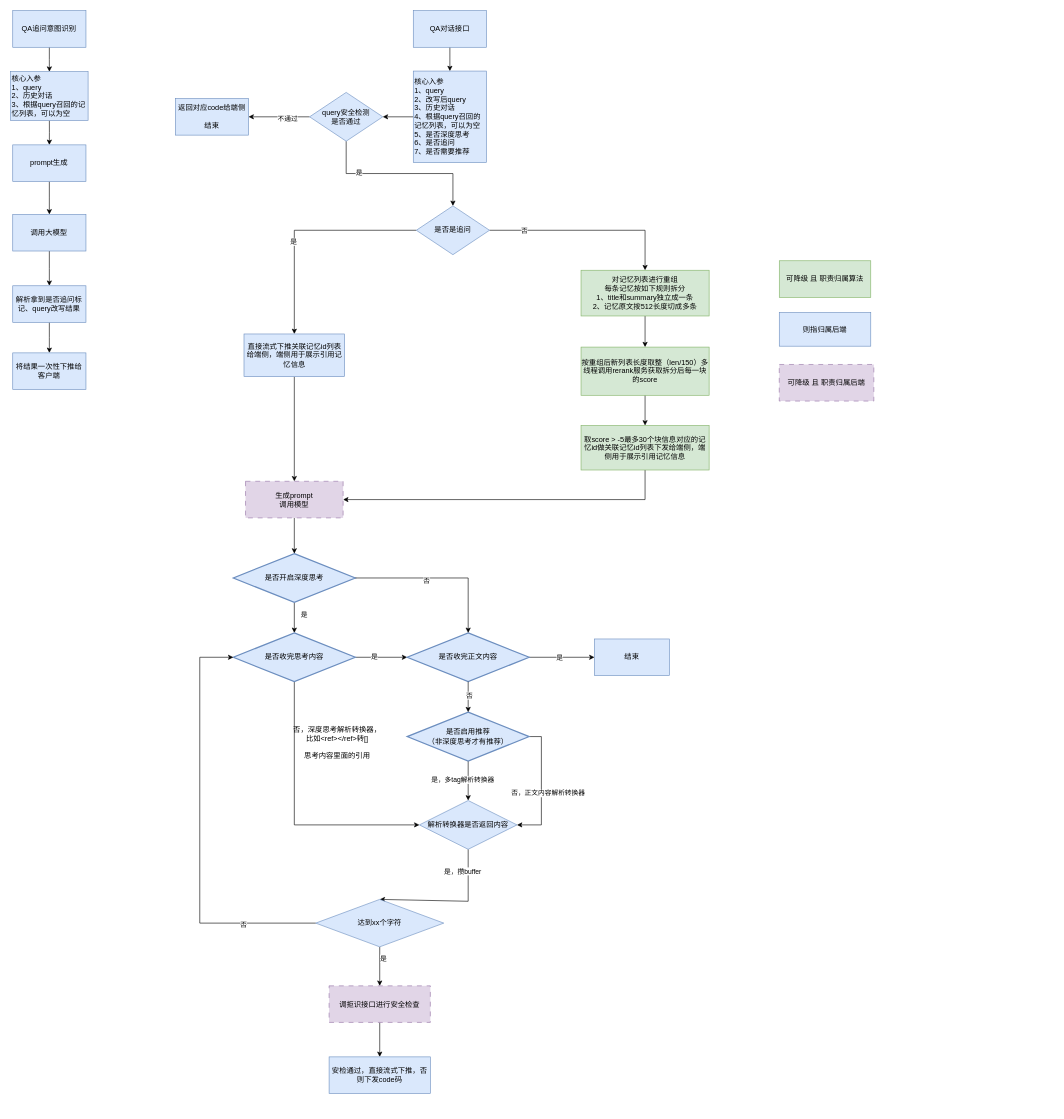
This is page "记忆顾问流程图" (2 of 2) of 个性化.drawio from jingb/pythonRepo, a draw.io file, before an edit. Source tidied: cells renumbered, new cells numbered last; positions are measured from the earlier drawing's top-left corner, leaving out a move shared by most shapes. Both pictures are drawn from the tidied source at 61%, with x=0, y=0 at pixel (10, 10).
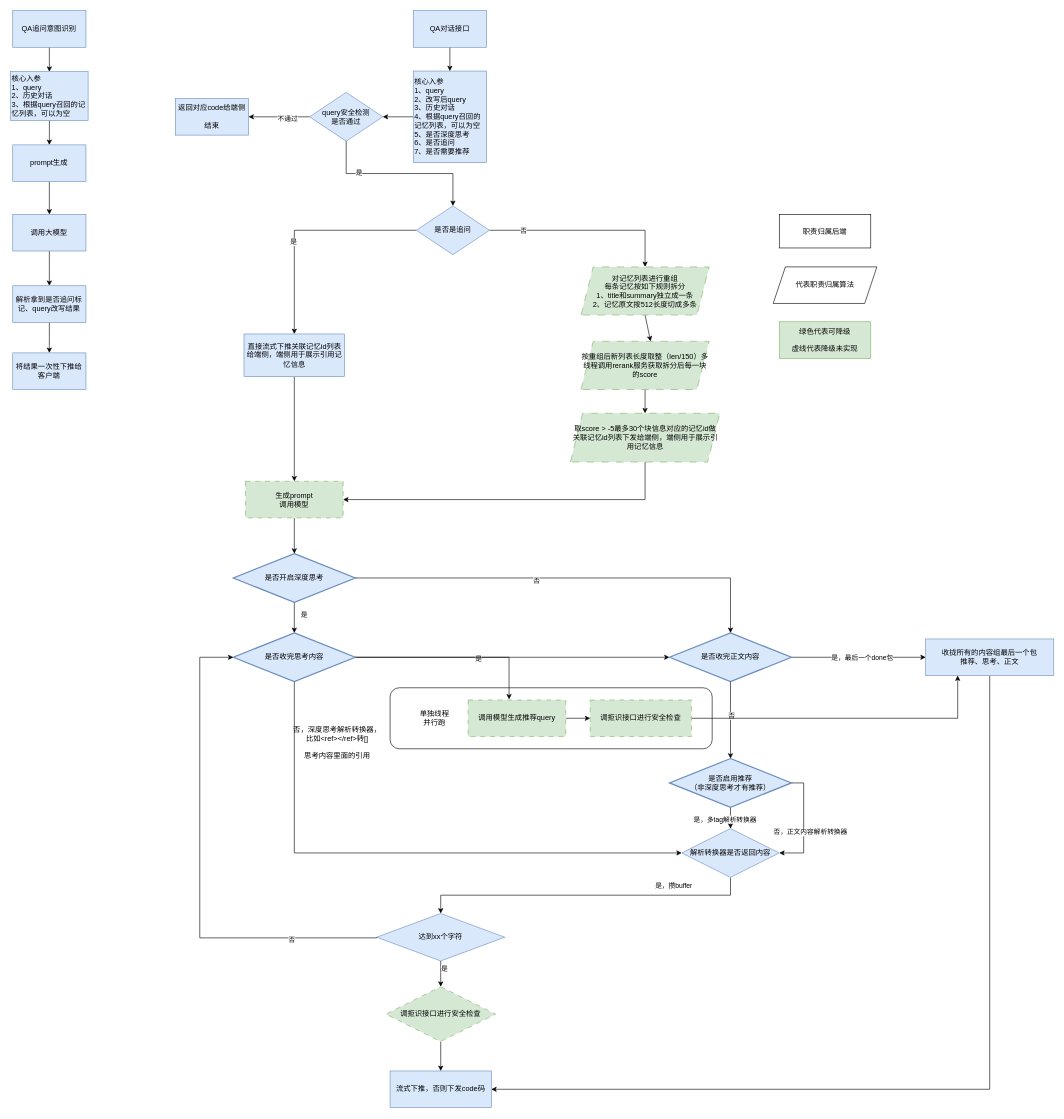
Above is the later version.

Commit message:
更新个性化.drawio

The change refers to these unchanged cells:
```xml
<mxCell id="51" style="edgeStyle=orthogonalEdgeStyle;rounded=0;jettySize=auto;html=1;exitX=1;exitY=0.5;exitDx=0;exitDy=0;exitPerimeter=0;entryX=0;entryY=0.5;entryDx=0;entryDy=0;entryPerimeter=0;" parent="1" edge="1" source="53" target="56">
  <mxGeometry relative="1" as="geometry" />
</mxCell>
<mxCell id="53" value="是否收完思考内容" style="strokeWidth=2;html=1;shape=mxgraph.flowchart.decision;whiteSpace=wrap;fillColor=#dae8fc;strokeColor=#6c8ebf;" parent="1" vertex="1">
  <mxGeometry x="365" y="1020" width="200" height="80" as="geometry" />
</mxCell>
<mxCell id="54" style="rounded=0;jettySize=auto;html=1;exitX=1;exitY=0.5;exitDx=0;exitDy=0;exitPerimeter=0;entryX=0;entryY=0.5;entryDx=0;entryDy=0;" parent="1" edge="1" source="56" target="73">
  <mxGeometry relative="1" as="geometry" />
</mxCell>
```

What changed in the source:
```diff
@@
+    <mxCell id="74" style="rounded=1;whiteSpace=wrap;html=1;" parent="1" vertex="1">
+      <mxGeometry x="622" y="1110" width="528" height="100" as="geometry" />
+    </mxCell>
@@
-    <mxCell id="24" style="edgeStyle=orthogonalEdgeStyle;rounded=0;jettySize=auto;html=1;exitX=0.5;exitY=1;exitDx=0;exitDy=0;entryX=0.5;entryY=0;entryDx=0;entryDy=0;fillColor=#d5e8d4;strokeColor=#000000;" parent="1" edge="1" source="25" target="27">
+    <mxCell id="24" style="rounded=0;jettySize=auto;html=1;exitX=0.5;exitY=1;exitDx=0;exitDy=0;fillColor=#d5e8d4;strokeColor=#000000;entryX=0.543;entryY=0;entryDx=0;entryDy=0;entryPerimeter=0;" parent="1" edge="1" source="25" target="27">
       <mxGeometry relative="1" as="geometry" />
     </mxCell>
-    <mxCell id="25" value="对记忆列表进行重组&lt;div&gt;每条记忆按如下规则拆分&lt;div&gt;&lt;div&gt;1、title和summary独立成一条&lt;/div&gt;&lt;div&gt;2、记忆原文按512长度切成多条&lt;/div&gt;&lt;/div&gt;&lt;/div&gt;" style="rounded=0;whiteSpace=wrap;html=1;fillColor=#d5e8d4;strokeColor=#82b366;" parent="1" vertex="1">
-      <mxGeometry x="935" y="425.5" width="210" height="75" as="geometry" />
-    </mxCell>
-    <mxCell id="26" style="edgeStyle=orthogonalEdgeStyle;rounded=0;jettySize=auto;html=1;exitX=0.5;exitY=1;exitDx=0;exitDy=0;entryX=0.5;entryY=0;entryDx=0;entryDy=0;fillColor=#d5e8d4;strokeColor=#000000;" parent="1" edge="1" source="27" target="29">
-      <mxGeometry relative="1" as="geometry" />
-    </mxCell>
-    <mxCell id="27" value="按重组后新列表长度取整（len/150）多线程调用rerank服务获取拆分后每一块的score" style="rounded=0;whiteSpace=wrap;html=1;fillColor=#d5e8d4;strokeColor=#82b366;" parent="1" vertex="1">
-      <mxGeometry x="935" y="551.5" width="210" height="79" as="geometry" />
-    </mxCell>
-    <mxCell id="28" style="edgeStyle=orthogonalEdgeStyle;rounded=0;jettySize=auto;html=1;exitX=0.5;exitY=1;exitDx=0;exitDy=0;entryX=1;entryY=0.5;entryDx=0;entryDy=0;" parent="1" edge="1" source="29" target="31">
-      <mxGeometry relative="1" as="geometry" />
-    </mxCell>
-    <mxCell id="29" value="取score &amp;gt; -5最多30个块信息对应的记忆id做关联记忆id列表下发给端侧，端侧用于展示引用记忆信息" style="rounded=0;whiteSpace=wrap;html=1;fillColor=#d5e8d4;strokeColor=#82b366;" parent="1" vertex="1">
-      <mxGeometry x="935" y="680" width="210" height="73" as="geometry" />
-    </mxCell>
@@
-    <mxCell id="31" value="生成prompt&lt;br&gt;调用模型" style="rounded=0;whiteSpace=wrap;html=1;fillColor=#e1d5e7;strokeColor=#9673a6;dashed=1;dashPattern=8 8;" parent="1" vertex="1">
+    <mxCell id="31" value="生成prompt&lt;br&gt;调用模型" style="rounded=0;whiteSpace=wrap;html=1;fillColor=#d5e8d4;strokeColor=#82b366;dashed=1;dashPattern=8 8;" parent="1" vertex="1">
       <mxGeometry x="385" y="771.5" width="160" height="60" as="geometry" />
     </mxCell>
@@
-    <mxCell id="36" style="rounded=0;jettySize=auto;html=1;exitX=0.5;exitY=1;exitDx=0;exitDy=0;entryX=0.5;entryY=0;entryDx=0;entryDy=0;" parent="1" edge="1" source="64" target="50">
+    <mxCell id="36" style="rounded=0;jettySize=auto;html=1;exitX=0.5;exitY=1;exitDx=0;exitDy=0;entryX=0.5;entryY=0;entryDx=0;entryDy=0;edgeStyle=orthogonalEdgeStyle;" parent="1" edge="1" source="64" target="50">
       <mxGeometry relative="1" as="geometry">
         <Array as="points">
-          <mxPoint x="750" y="1460" />
+          <mxPoint x="1180" y="1450" />
+          <mxPoint x="705" y="1450" />
         </Array>
       </mxGeometry>
     </mxCell>
@@
-    <mxCell id="39" style="edgeStyle=orthogonalEdgeStyle;rounded=0;jettySize=auto;html=1;exitX=0.5;exitY=1;exitDx=0;exitDy=0;entryX=0.5;entryY=0;entryDx=0;entryDy=0;" parent="1" edge="1" source="40" target="41">
-      <mxGeometry relative="1" as="geometry" />
-    </mxCell>
-    <mxCell id="40" value="调拒识接口进行安全检查" style="rounded=0;whiteSpace=wrap;html=1;fillColor=#e1d5e7;strokeColor=#9673a6;dashed=1;dashPattern=8 8;" parent="1" vertex="1">
-      <mxGeometry x="522" y="1598.6" width="166" height="60" as="geometry" />
-    </mxCell>
-    <mxCell id="41" value="安检通过，直接流式下推，否则下发code码" style="rounded=0;whiteSpace=wrap;html=1;fillColor=#dae8fc;strokeColor=#6c8ebf;" parent="1" vertex="1">
-      <mxGeometry x="522" y="1715.1" width="166" height="60" as="geometry" />
+    <mxCell id="41" value="流式下推，否则下发code码" style="rounded=0;whiteSpace=wrap;html=1;fillColor=#dae8fc;strokeColor=#6c8ebf;" parent="1" vertex="1">
+      <mxGeometry x="622" y="1738.2" width="166" height="60" as="geometry" />
     </mxCell>
@@
-    <mxCell id="48" style="edgeStyle=orthogonalEdgeStyle;rounded=0;jettySize=auto;html=1;exitX=0.5;exitY=1;exitDx=0;exitDy=0;entryX=0.5;entryY=0;entryDx=0;entryDy=0;" parent="1" edge="1" source="50" target="40">
+    <mxCell id="48" style="edgeStyle=orthogonalEdgeStyle;rounded=0;jettySize=auto;html=1;exitX=0.5;exitY=1;exitDx=0;exitDy=0;entryX=0.5;entryY=0;entryDx=0;entryDy=0;" parent="1" edge="1" source="50" target="83">
       <mxGeometry relative="1" as="geometry" />
     </mxCell>
@@
     <mxCell id="50" value="达到xx个字符" style="rhombus;whiteSpace=wrap;html=1;fillColor=#dae8fc;strokeColor=#6c8ebf;" parent="1" vertex="1">
-      <mxGeometry x="500" y="1456.9" width="210" height="77.8" as="geometry" />
+      <mxGeometry x="600" y="1480" width="210" height="77.8" as="geometry" />
     </mxCell>
@@
     <mxCell id="52" value="是" style="edgeLabel;html=1;align=center;verticalAlign=middle;" parent="51" vertex="1">
-      <mxGeometry x="-0.29" y="1" relative="1" as="geometry" />
+      <mxGeometry x="-0.22" y="-2" relative="1" as="geometry" />
     </mxCell>
@@
-    <mxCell id="55" value="是" style="edgeLabel;html=1;align=center;verticalAlign=middle;" parent="54" vertex="1">
+    <mxCell id="55" value="是，最后一个done包" style="edgeLabel;html=1;align=center;verticalAlign=middle;" parent="54" vertex="1">
       <mxGeometry x="0.22" y="-1" relative="1" as="geometry">
-        <mxPoint x="-16" y="-1" as="offset" />
+        <mxPoint x="-19" y="-1" as="offset" />
       </mxGeometry>
     </mxCell>
     <mxCell id="56" value="是否收完正文内容" style="strokeWidth=2;html=1;shape=mxgraph.flowchart.decision;whiteSpace=wrap;fillColor=#dae8fc;strokeColor=#6c8ebf;" parent="1" vertex="1">
-      <mxGeometry x="650" y="1020" width="200" height="80" as="geometry" />
+      <mxGeometry x="1080" y="1020" width="200" height="80" as="geometry" />
     </mxCell>
@@
     <mxCell id="61" value="是否启用推荐&lt;br&gt;（非深度思考才有推荐）" style="strokeWidth=2;html=1;shape=mxgraph.flowchart.decision;whiteSpace=wrap;fillColor=#dae8fc;strokeColor=#6c8ebf;" parent="1" vertex="1">
-      <mxGeometry x="650" y="1150" width="200" height="80" as="geometry" />
+      <mxGeometry x="1080" y="1226" width="200" height="80" as="geometry" />
     </mxCell>
@@
     <mxCell id="64" value="解析转换器是否返回内容" style="rhombus;whiteSpace=wrap;html=1;fillColor=#dae8fc;strokeColor=#6c8ebf;" parent="1" vertex="1">
-      <mxGeometry x="670" y="1294.8" width="160" height="80" as="geometry" />
+      <mxGeometry x="1100" y="1340.8" width="160" height="80" as="geometry" />
     </mxCell>
@@
     <mxCell id="66" style="edgeStyle=orthogonalEdgeStyle;rounded=0;jettySize=auto;html=1;exitX=0;exitY=0.5;exitDx=0;exitDy=0;entryX=0;entryY=0.5;entryDx=0;entryDy=0;entryPerimeter=0;" parent="1" edge="1" source="50" target="53">
       <mxGeometry relative="1" as="geometry">
         <Array as="points">
-          <mxPoint x="310" y="1496" />
+          <mxPoint x="600" y="1520" />
+          <mxPoint x="310" y="1520" />
           <mxPoint x="310" y="1060" />
         </Array>
       </mxGeometry>
     </mxCell>
@@
-    <mxCell id="68" value="可降级 且 职责归属算法" style="rounded=0;whiteSpace=wrap;html=1;fillColor=#d5e8d4;strokeColor=#82b366;" parent="1" vertex="1">
-      <mxGeometry x="1260" y="410" width="150" height="60" as="geometry" />
+    <mxCell id="68" value="绿色代表可降级&lt;br&gt;&lt;br&gt;虚线代表降级未实现" style="rounded=0;whiteSpace=wrap;html=1;fillColor=#d5e8d4;strokeColor=#82b366;" parent="1" vertex="1">
+      <mxGeometry x="1260" y="510" width="150" height="60" as="geometry" />
     </mxCell>
-    <mxCell id="69" value="则指归属后端" style="rounded=0;whiteSpace=wrap;html=1;fillColor=#dae8fc;strokeColor=#6c8ebf;" parent="1" vertex="1">
-      <mxGeometry x="1260" y="495" width="150" height="55" as="geometry" />
+    <mxCell id="69" value="职责归属后端" style="rounded=0;whiteSpace=wrap;html=1;" parent="1" vertex="1">
+      <mxGeometry x="1260" y="334" width="150" height="55" as="geometry" />
     </mxCell>
@@
-    <mxCell id="72" value="可降级 且 职责归属后端" style="rounded=0;whiteSpace=wrap;html=1;fillColor=#e1d5e7;strokeColor=#9673a6;dashed=1;dashPattern=8 8;" parent="1" vertex="1">
-      <mxGeometry x="1260" y="580" width="155" height="60" as="geometry" />
-    </mxCell>
+    <mxCell id="75" style="edgeStyle=orthogonalEdgeStyle;rounded=0;jettySize=auto;html=1;exitX=0.5;exitY=1;exitDx=0;exitDy=0;entryX=1;entryY=0.5;entryDx=0;entryDy=0;" parent="1" edge="1" source="73" target="41">
+      <mxGeometry relative="1" as="geometry" />
+    </mxCell>
-    <mxCell id="73" value="结束" style="rounded=0;whiteSpace=wrap;html=1;fillColor=#dae8fc;strokeColor=#6c8ebf;" parent="1" vertex="1">
-      <mxGeometry x="957" y="1030" width="123" height="60" as="geometry" />
+    <mxCell id="73" value="收拢所有的内容组最后一个包&lt;br&gt;推荐、思考、正文" style="rounded=0;whiteSpace=wrap;html=1;fillColor=#dae8fc;strokeColor=#6c8ebf;" parent="1" vertex="1">
+      <mxGeometry x="1500" y="1030" width="210" height="60" as="geometry" />
     </mxCell>
+    <mxCell id="76" style="edgeStyle=orthogonalEdgeStyle;rounded=0;jettySize=auto;html=1;exitX=1;exitY=0.5;exitDx=0;exitDy=0;entryX=0;entryY=0.5;entryDx=0;entryDy=0;" parent="1" edge="1" source="77" target="81">
+      <mxGeometry relative="1" as="geometry" />
+    </mxCell>
+    <mxCell id="77" value="调用模型生成推荐query" style="rounded=0;whiteSpace=wrap;html=1;fillColor=#d5e8d4;strokeColor=#82b366;dashed=1;dashPattern=8 8;" parent="1" vertex="1">
+      <mxGeometry x="750" y="1130" width="160" height="60" as="geometry" />
+    </mxCell>
+    <mxCell id="78" style="edgeStyle=orthogonalEdgeStyle;rounded=0;jettySize=auto;html=1;exitX=1;exitY=0.5;exitDx=0;exitDy=0;exitPerimeter=0;entryX=0.419;entryY=-0.017;entryDx=0;entryDy=0;entryPerimeter=0;" parent="1" edge="1" source="53" target="77">
+      <mxGeometry relative="1" as="geometry" />
+    </mxCell>
+    <mxCell id="25" value="对记忆列表进行重组&lt;div&gt;每条记忆按如下规则拆分&lt;div&gt;&lt;div&gt;1、title和summary独立成一条&lt;/div&gt;&lt;div&gt;2、记忆原文按512长度切成多条&lt;/div&gt;&lt;/div&gt;&lt;/div&gt;" style="shape=parallelogram;perimeter=parallelogramPerimeter;whiteSpace=wrap;html=1;fixedSize=1;fillColor=#d5e8d4;strokeColor=#82b366;dashed=1;dashPattern=12 12;" parent="1" vertex="1">
+      <mxGeometry x="935" y="420" width="210" height="79" as="geometry" />
+    </mxCell>
+    <mxCell id="79" value="代表职责归属算法" style="shape=parallelogram;perimeter=parallelogramPerimeter;whiteSpace=wrap;html=1;fixedSize=1;" parent="1" vertex="1">
+      <mxGeometry x="1250" y="420" width="170" height="60" as="geometry" />
+    </mxCell>
+    <mxCell id="26" style="edgeStyle=orthogonalEdgeStyle;rounded=0;jettySize=auto;html=1;exitX=0.5;exitY=1;exitDx=0;exitDy=0;entryX=0.5;entryY=0;entryDx=0;entryDy=0;" parent="1" edge="1" source="27" target="29">
+      <mxGeometry relative="1" as="geometry" />
+    </mxCell>
+    <mxCell id="27" value="按重组后新列表长度取整（len/150）多线程调用rerank服务获取拆分后每一块的score" style="shape=parallelogram;perimeter=parallelogramPerimeter;whiteSpace=wrap;html=1;fixedSize=1;fillColor=#d5e8d4;strokeColor=#82b366;dashed=1;dashPattern=12 12;" parent="1" vertex="1">
+      <mxGeometry x="935" y="542" width="210" height="79" as="geometry" />
+    </mxCell>
+    <mxCell id="28" style="edgeStyle=orthogonalEdgeStyle;rounded=0;jettySize=auto;html=1;exitX=0.5;exitY=1;exitDx=0;exitDy=0;entryX=1;entryY=0.5;entryDx=0;entryDy=0;" parent="1" edge="1" source="29" target="31">
+      <mxGeometry relative="1" as="geometry" />
+    </mxCell>
+    <mxCell id="29" value="取score &amp;gt; -5最多30个块信息对应的记忆id做关联记忆id列表下发给端侧，端侧用于展示引用记忆信息" style="shape=parallelogram;perimeter=parallelogramPerimeter;whiteSpace=wrap;html=1;fixedSize=1;fillColor=#d5e8d4;strokeColor=#82b366;dashed=1;dashPattern=12 12;" parent="1" vertex="1">
+      <mxGeometry x="917.5" y="660" width="245" height="80" as="geometry" />
+    </mxCell>
+    <mxCell id="80" style="edgeStyle=orthogonalEdgeStyle;rounded=0;jettySize=auto;html=1;exitX=1;exitY=0.5;exitDx=0;exitDy=0;entryX=0.25;entryY=1;entryDx=0;entryDy=0;" parent="1" edge="1" source="81" target="73">
+      <mxGeometry relative="1" as="geometry" />
+    </mxCell>
+    <mxCell id="81" value="调拒识接口进行安全检查" style="rounded=0;whiteSpace=wrap;html=1;fillColor=#d5e8d4;strokeColor=#82b366;dashed=1;dashPattern=8 8;" parent="1" vertex="1">
+      <mxGeometry x="950" y="1130" width="166" height="60" as="geometry" />
+    </mxCell>
+    <mxCell id="82" style="edgeStyle=orthogonalEdgeStyle;rounded=0;jettySize=auto;html=1;exitX=0.5;exitY=1;exitDx=0;exitDy=0;entryX=0.5;entryY=0;entryDx=0;entryDy=0;" parent="1" edge="1" source="83" target="41">
+      <mxGeometry relative="1" as="geometry" />
+    </mxCell>
+    <mxCell id="83" value="调拒识接口进行安全检查" style="rhombus;whiteSpace=wrap;html=1;fillColor=#d5e8d4;strokeColor=#82b366;dashed=1;dashPattern=8 8;" parent="1" vertex="1">
+      <mxGeometry x="615" y="1600" width="180" height="90" as="geometry" />
+    </mxCell>
+    <mxCell id="84" value="单独线程并行跑" style="text;html=1;align=center;verticalAlign=middle;whiteSpace=wrap;rounded=0;" parent="1" vertex="1">
+      <mxGeometry x="665" y="1145" width="60" height="30" as="geometry" />
+    </mxCell>
```
